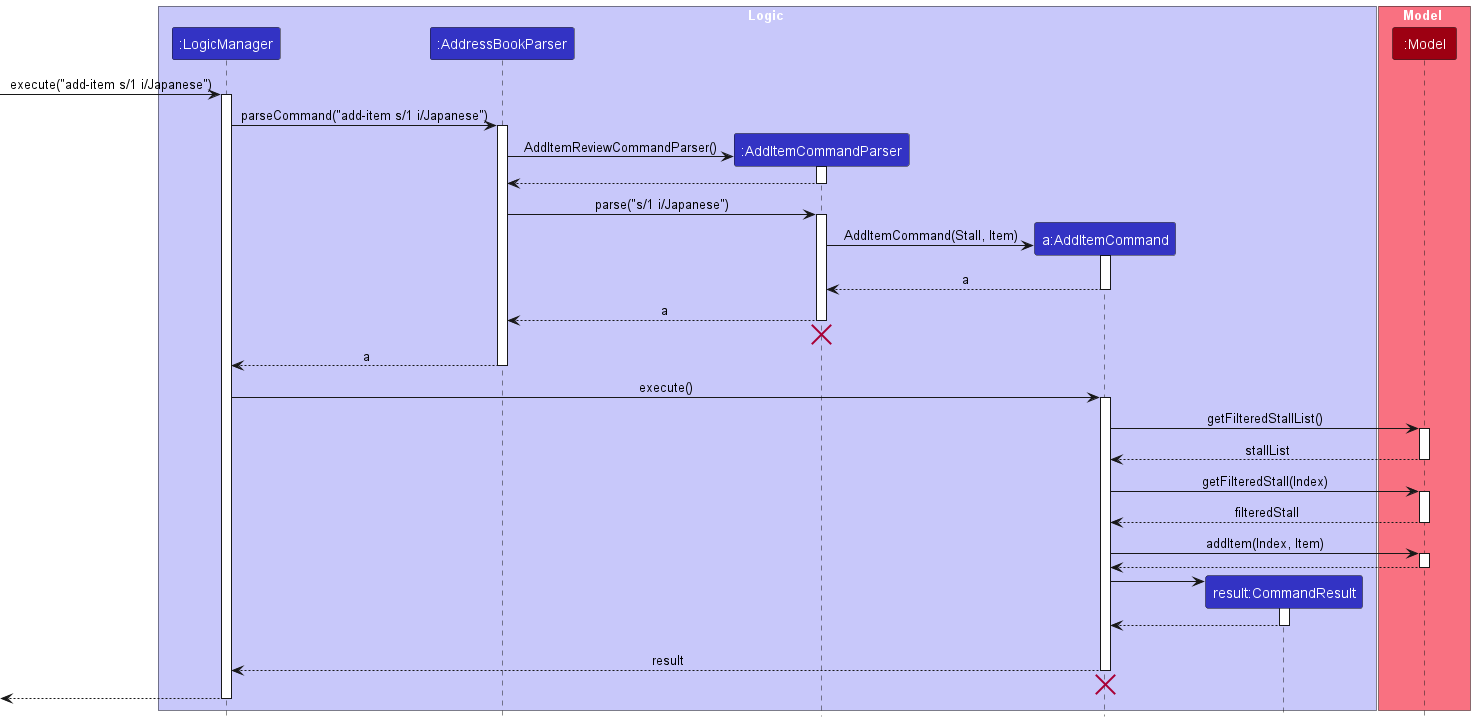
Earlier version of the PlantUML export docs/images/AddItemSequenceDiagram.png (teoks0199/tp).
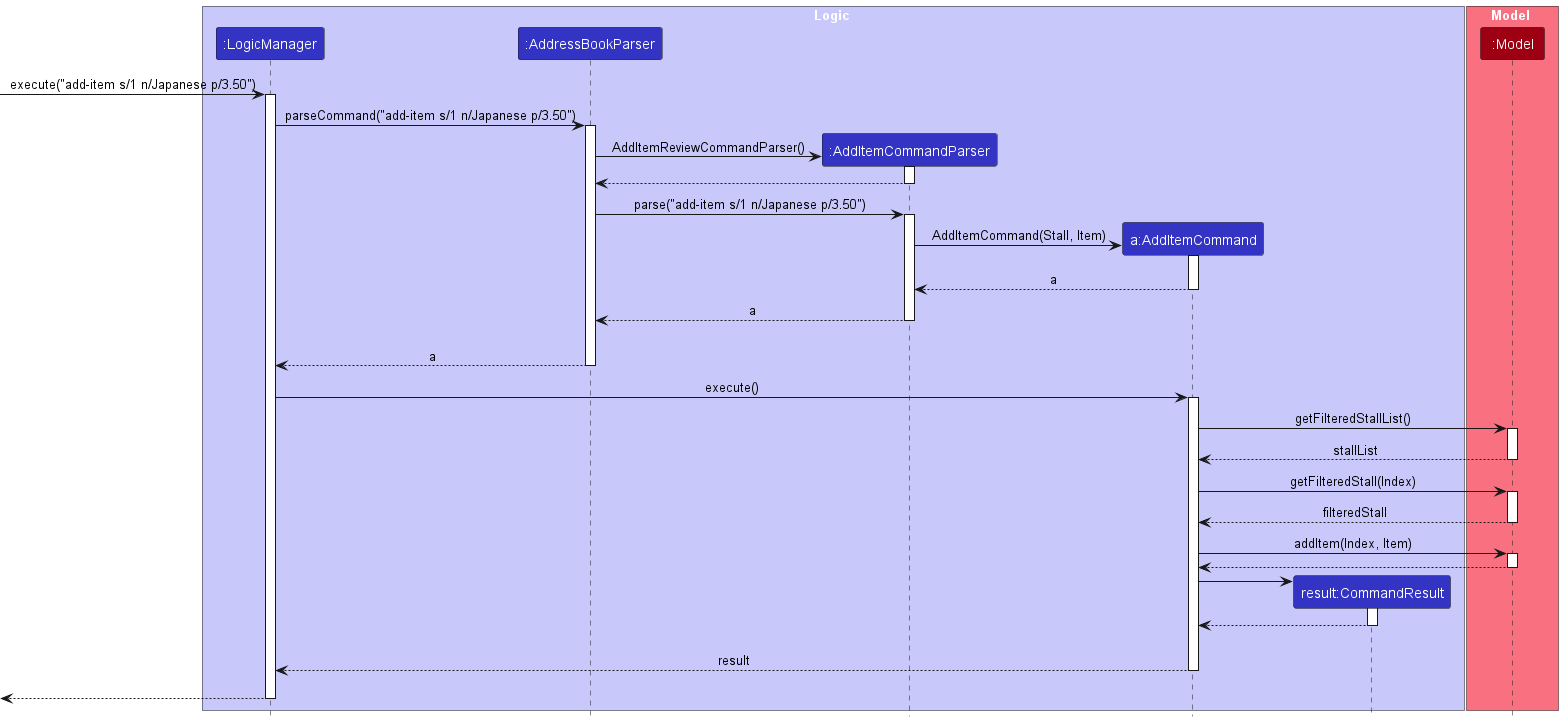
After the commit.

Change to the diagram source:
```diff
@@ -14,10 +14,10 @@
 participant ":Model" as Model MODEL_COLOR
 end box
 
-[-> LogicManager : execute("add-item s/1 i/Japanese")
+[-> LogicManager : execute("add-item s/1 n/Japanese p/3.50")
 activate LogicManager
 
-LogicManager -> AddressBookParser : parseCommand("add-item s/1 i/Japanese")
+LogicManager -> AddressBookParser : parseCommand("add-item s/1 n/Japanese p/3.50")
 activate AddressBookParser
 
 create AddItemCommandParser
@@ -27,7 +27,7 @@
 AddItemCommandParser --> AddressBookParser
 deactivate AddItemCommandParser
 
-AddressBookParser -> AddItemCommandParser : parse("s/1 i/Japanese")
+AddressBookParser -> AddItemCommandParser : parse("add-item s/1 n/Japanese p/3.50")
 activate AddItemCommandParser
 
 create AddItemCommand
@@ -40,7 +40,7 @@
 AddItemCommandParser --> AddressBookParser : a
 deactivate AddItemCommandParser
 AddItemCommandParser -[hidden]-> AddressBookParser
-destroy AddItemCommandParser
+
 
 AddressBookParser --> LogicManager : a
 deactivate AddressBookParser
@@ -74,11 +74,9 @@
 deactivate CommandResult
 AddItemCommand -[hidden]-> CommandResult
 
-
 AddItemCommand --> LogicManager : result
 deactivate AddItemCommand
 AddItemCommandParser -[hidden]-> AddItemCommand
-destroy AddItemCommand
 
 [<--LogicManager
 deactivate LogicManager
```
